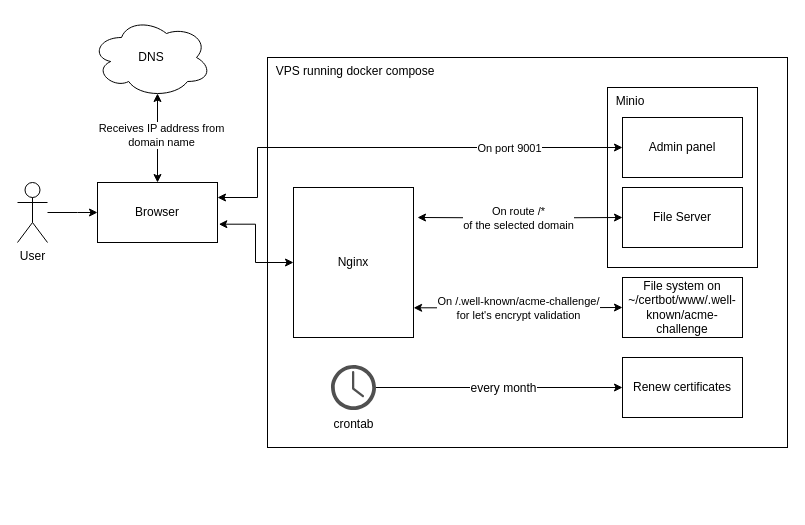
Luno33/static-hosting keeps this draw.io diagram as page "Production" (1 of 2) of readme-assets/schemas/schemas.drawio. Above is the earlier version. Source tidied: cells renumbered, new cells numbered last; positions are measured from the earlier drawing's top-left corner, leaving out a move shared by most shapes. Both pictures are drawn from the tidied source at 100%, with x=0, y=0 at pixel (17, 17).
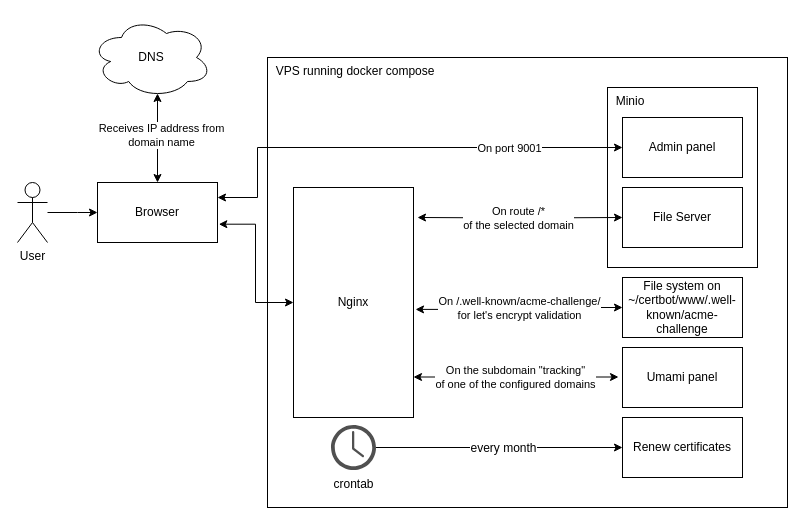
The same page after the edit.

Unchanged cells that the change refers to:
```xml
<mxCell id="19" value="File system on ~/certbot/www/.well-known/acme-challenge" style="rounded=0;whiteSpace=wrap;html=1;" parent="1" vertex="1">
  <mxGeometry x="605" y="260" width="120" height="60" as="geometry" />
</mxCell>
```

The edit, as a diff of the source:
```diff
@@
     <mxCell id="2" value="&amp;nbsp; VPS running docker compose" style="rounded=0;whiteSpace=wrap;html=1;align=left;verticalAlign=top;" parent="1" vertex="1">
-      <mxGeometry x="250" y="40" width="520" height="390" as="geometry" />
+      <mxGeometry x="250" y="40" width="520" height="450" as="geometry" />
     </mxCell>
@@
     <mxCell id="12" value="Nginx" style="rounded=0;whiteSpace=wrap;html=1;" parent="1" vertex="1">
-      <mxGeometry x="276" y="170" width="120" height="150" as="geometry" />
+      <mxGeometry x="276" y="170" width="120" height="230" as="geometry" />
     </mxCell>
@@
-    <mxCell id="17" style="edgeStyle=orthogonalEdgeStyle;rounded=0;jettySize=auto;html=1;entryX=0;entryY=0.5;entryDx=0;entryDy=0;exitX=1.001;exitY=0.802;exitDx=0;exitDy=0;startArrow=classic;startFill=1;exitPerimeter=0;" parent="1" edge="1" source="12" target="19">
+    <mxCell id="17" style="edgeStyle=orthogonalEdgeStyle;rounded=0;jettySize=auto;html=1;entryX=0;entryY=0.5;entryDx=0;entryDy=0;exitX=1.017;exitY=0.53;exitDx=0;exitDy=0;startArrow=classic;startFill=1;exitPerimeter=0;" parent="1" edge="1" source="12" target="19">
       <mxGeometry relative="1" as="geometry" />
     </mxCell>
@@
     <mxCell id="23" value="crontab" style="sketch=0;shadow=0;dashed=0;html=1;strokeColor=none;fillColor=#505050;labelPosition=center;verticalLabelPosition=bottom;verticalAlign=top;outlineConnect=0;align=center;shape=mxgraph.office.concepts.clock;fontSize=12;" parent="1" vertex="1">
-      <mxGeometry x="313.5" y="347.5" width="45" height="45" as="geometry" />
+      <mxGeometry x="313.5" y="407.5" width="45" height="45" as="geometry" />
     </mxCell>
     <mxCell id="24" value="Renew certificates" style="rounded=0;whiteSpace=wrap;html=1;fontSize=12;" parent="1" vertex="1">
-      <mxGeometry x="605" y="340" width="120" height="60" as="geometry" />
+      <mxGeometry x="605" y="400" width="120" height="60" as="geometry" />
     </mxCell>
+    <mxCell id="25" value="Umami panel" style="rounded=0;whiteSpace=wrap;html=1;" parent="1" vertex="1">
+      <mxGeometry x="605" y="330" width="120" height="60" as="geometry" />
+    </mxCell>
+    <mxCell id="26" style="edgeStyle=orthogonalEdgeStyle;rounded=0;orthogonalLoop=1;jettySize=auto;html=1;entryX=0;entryY=0.5;entryDx=0;entryDy=0;startArrow=classic;startFill=1;" parent="1" edge="1">
+      <mxGeometry relative="1" as="geometry">
+        <mxPoint x="396" y="359.5" as="sourcePoint" />
+        <mxPoint x="601" y="359.5" as="targetPoint" />
+      </mxGeometry>
+    </mxCell>
+    <mxCell id="27" value="On the subdomain &quot;tracking&quot;&lt;br&gt;of one of the configured domains" style="edgeLabel;html=1;align=center;verticalAlign=middle;" parent="26" vertex="1">
+      <mxGeometry x="0.05" y="-3" relative="1" as="geometry">
+        <mxPoint x="-7" y="-3" as="offset" />
+      </mxGeometry>
+    </mxCell>
```
